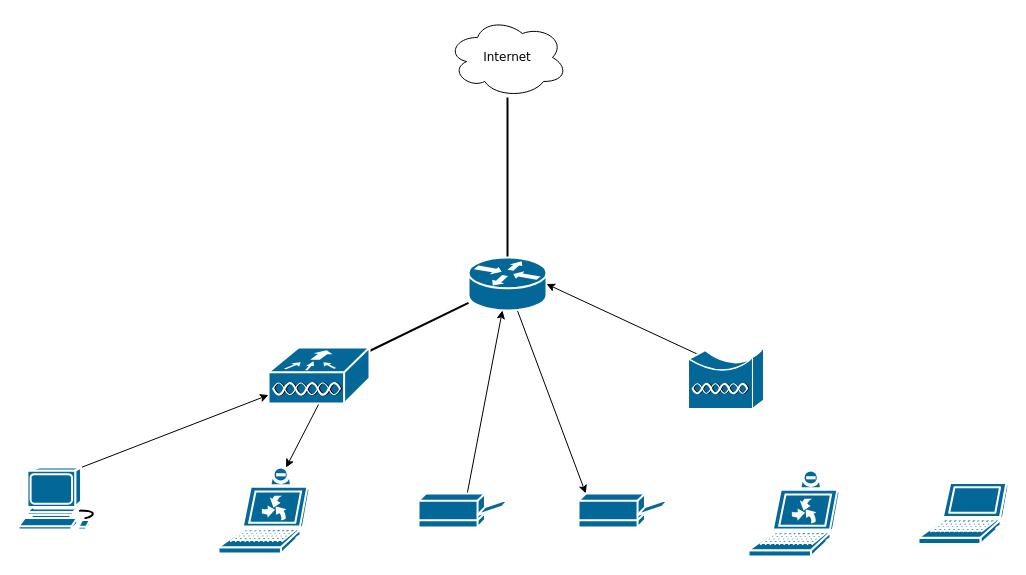
Earlier version of the draw.io diagram Untitled Diagram.drawio (anber137/bash_1). Source tidied: cells renumbered, new cells numbered last; positions are measured from the earlier drawing's top-left corner, leaving out a move shared by most shapes. Both pictures are drawn from the tidied source at 100%, with x=0, y=0 at pixel (18, 17).
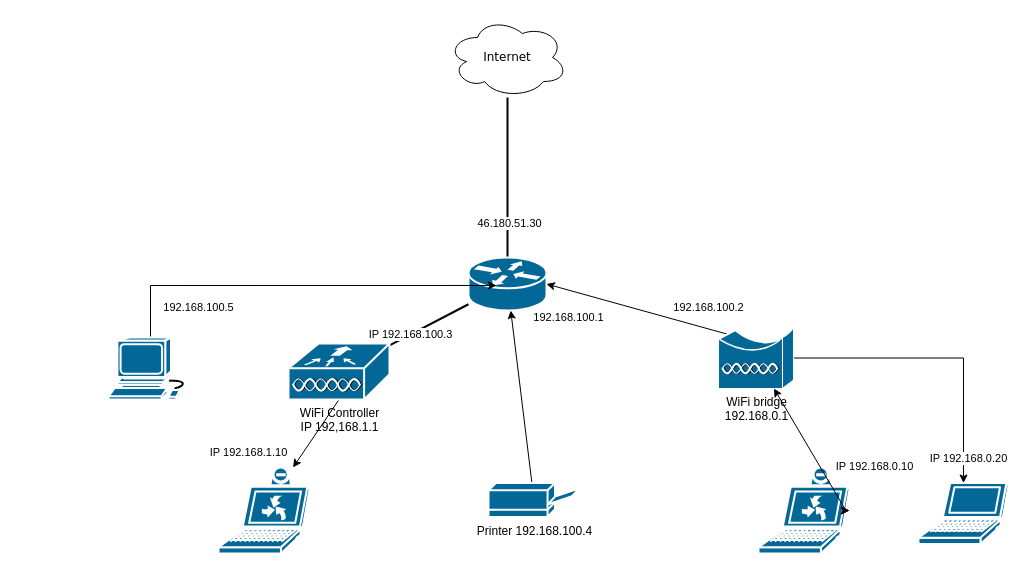
The same page after the edit.

The change refers to these unchanged cells:
```xml
<mxCell id="2" style="edgeStyle=none;html=1;labelBackgroundColor=none;startFill=0;endArrow=none;endFill=0;strokeWidth=2;fontFamily=Verdana;fontSize=12;" parent="1" edge="1" source="10" target="6">
  <mxGeometry relative="1" as="geometry" />
</mxCell>
<mxCell id="4" style="edgeStyle=none;html=1;labelBackgroundColor=none;startFill=0;endArrow=none;endFill=0;strokeWidth=2;fontFamily=Verdana;fontSize=12;" parent="1" edge="1" source="6" target="3">
  <mxGeometry relative="1" as="geometry" />
</mxCell>
<mxCell id="6" style="shape=mxgraph.cisco.routers.router;html=1;dashed=0;fillColor=#036897;strokeColor=#ffffff;strokeWidth=2;verticalLabelPosition=bottom;verticalAlign=top;rounded=0;shadow=0;comic=0;fontFamily=Verdana;fontSize=12;" parent="1" vertex="1">
  <mxGeometry x="450" y="240" width="78" height="53" as="geometry" />
</mxCell>
<mxCell id="13" style="shape=mxgraph.cisco.computers_and_peripherals.upc;sketch=0;html=1;dashed=0;fillColor=#036897;strokeColor=#ffffff;strokeWidth=2;verticalLabelPosition=bottom;verticalAlign=top;align=center;outlineConnect=0;" parent="1" vertex="1">
  <mxGeometry x="200" y="450" width="91" height="86" as="geometry" />
</mxCell>
<mxCell id="18" style="shape=mxgraph.cisco.computers_and_peripherals.laptop;sketch=0;html=1;dashed=0;fillColor=#036897;strokeColor=#ffffff;strokeWidth=2;verticalLabelPosition=bottom;verticalAlign=top;align=center;outlineConnect=0;" parent="1" vertex="1">
  <mxGeometry x="900" y="465.5" width="90" height="61" as="geometry" />
</mxCell>
```

The edit, as a diff of the source:
```diff
@@
+    <mxCell id="19" value="IP 192.168.100.3" style="edgeLabel;html=1;align=center;verticalAlign=middle;" parent="2" vertex="1">
+      <mxGeometry x="-0.48" y="1" relative="1" as="geometry">
+        <mxPoint x="1" as="offset" />
+      </mxGeometry>
+    </mxCell>
@@
-    <mxCell id="5" style="edgeStyle=none;rounded=0;jettySize=auto;html=1;entryX=0.08;entryY=0;entryDx=0;entryDy=0;entryPerimeter=0;" parent="1" edge="1" source="6" target="16">
-      <mxGeometry relative="1" as="geometry" />
-    </mxCell>
+    <mxCell id="20" value="46.180.51.30" style="edgeLabel;html=1;align=center;verticalAlign=middle;" parent="4" vertex="1">
+      <mxGeometry x="-0.56" y="-1" relative="1" as="geometry" />
+    </mxCell>
@@
-    <mxCell id="7" style="rounded=0;jettySize=auto;html=1;exitX=0.12;exitY=0.11;exitDx=0;exitDy=0;exitPerimeter=0;entryX=1;entryY=0.5;entryDx=0;entryDy=0;entryPerimeter=0;" parent="1" edge="1" source="8" target="6">
-      <mxGeometry relative="1" as="geometry" />
+    <mxCell id="7" value="192.168.100.2" style="rounded=0;jettySize=auto;html=1;exitX=0.12;exitY=0.11;exitDx=0;exitDy=0;exitPerimeter=0;entryX=1;entryY=0.5;entryDx=0;entryDy=0;entryPerimeter=0;" parent="1" edge="1" source="8" target="6">
+      <mxGeometry x="-0.73" y="-21" relative="1" as="geometry">
+        <mxPoint x="-1" as="offset" />
+      </mxGeometry>
     </mxCell>
+    <mxCell id="21" value="192.168.100.1" style="edgeLabel;html=1;align=center;verticalAlign=middle;" parent="7" vertex="1">
+      <mxGeometry x="0.59" y="1" relative="1" as="geometry">
+        <mxPoint x="-16" y="22" as="offset" />
+      </mxGeometry>
+    </mxCell>
+    <mxCell id="22" value="&lt;div&gt;IP 192.168.0.20&lt;/div&gt;" style="edgeStyle=orthogonalEdgeStyle;rounded=0;jettySize=auto;html=1;" parent="1" edge="1" source="8" target="18">
+      <mxGeometry x="0.83" y="5" relative="1" as="geometry" />
+    </mxCell>
-    <mxCell id="8" style="shape=mxgraph.cisco.wireless.wireless_bridge;sketch=0;html=1;dashed=0;fillColor=#036897;strokeColor=#ffffff;strokeWidth=2;verticalLabelPosition=bottom;verticalAlign=top;align=center;outlineConnect=0;" parent="1" vertex="1">
-      <mxGeometry x="670" y="330" width="75" height="61" as="geometry" />
+    <mxCell id="8" value="&lt;div&gt;WiFi bridge&lt;br&gt;&lt;/div&gt;&lt;div&gt;192.168.0.1&lt;/div&gt;" style="shape=mxgraph.cisco.wireless.wireless_bridge;sketch=0;html=1;dashed=0;fillColor=#036897;strokeColor=#ffffff;strokeWidth=2;verticalLabelPosition=bottom;verticalAlign=top;align=center;outlineConnect=0;" parent="1" vertex="1">
+      <mxGeometry x="700" y="310" width="75" height="61" as="geometry" />
     </mxCell>
-    <mxCell id="9" style="edgeStyle=none;rounded=0;jettySize=auto;html=1;exitX=0.5;exitY=1;exitDx=0;exitDy=0;exitPerimeter=0;" parent="1" edge="1" source="10" target="13">
-      <mxGeometry relative="1" as="geometry" />
+    <mxCell id="9" value="IP 192.168.1.10" style="edgeStyle=none;rounded=0;jettySize=auto;html=1;exitX=0.5;exitY=1;exitDx=0;exitDy=0;exitPerimeter=0;" parent="1" edge="1" source="10" target="13">
+      <mxGeometry x="1" y="-49" relative="1" as="geometry">
+        <mxPoint x="-4" y="12" as="offset" />
+      </mxGeometry>
     </mxCell>
-    <mxCell id="10" style="shape=mxgraph.cisco.wireless.wlan_controller;sketch=0;html=1;dashed=0;fillColor=#036897;strokeColor=#ffffff;strokeWidth=2;verticalLabelPosition=bottom;verticalAlign=top;align=center;outlineConnect=0;" parent="1" vertex="1">
-      <mxGeometry x="250" y="330" width="101" height="56" as="geometry" />
+    <mxCell id="10" value="&lt;div&gt;WiFi Controller&lt;br&gt;&lt;/div&gt;&lt;div&gt;IP 192,168.1.1&lt;/div&gt;" style="shape=mxgraph.cisco.wireless.wlan_controller;sketch=0;html=1;dashed=0;fillColor=#036897;strokeColor=#ffffff;strokeWidth=2;verticalLabelPosition=bottom;verticalAlign=top;align=center;outlineConnect=0;" parent="1" vertex="1">
+      <mxGeometry x="270" y="326" width="101" height="56" as="geometry" />
     </mxCell>
-    <mxCell id="11" style="edgeStyle=none;rounded=0;jettySize=auto;html=1;exitX=0.755;exitY=0;exitDx=0;exitDy=0;exitPerimeter=0;" parent="1" edge="1" source="12" target="10">
-      <mxGeometry relative="1" as="geometry" />
+    <mxCell id="11" value="192.168.100.5" style="edgeStyle=orthogonalEdgeStyle;rounded=0;jettySize=auto;html=1;exitX=0.755;exitY=0;exitDx=0;exitDy=0;exitPerimeter=0;entryX=0.359;entryY=0.528;entryDx=0;entryDy=0;entryPerimeter=0;" parent="1" edge="1" source="12" target="6">
+      <mxGeometry x="-0.42" y="-22" relative="1" as="geometry">
+        <Array as="points">
+          <mxPoint x="132" y="320" />
+          <mxPoint x="132" y="268" />
+        </Array>
+      </mxGeometry>
     </mxCell>
     <mxCell id="12" style="shape=mxgraph.cisco.computers_and_peripherals.workstation;sketch=0;html=1;dashed=0;fillColor=#036897;strokeColor=#ffffff;strokeWidth=2;verticalLabelPosition=bottom;verticalAlign=top;align=center;outlineConnect=0;" parent="1" vertex="1">
-      <mxGeometry y="450" width="83" height="62" as="geometry" />
+      <mxGeometry x="90" y="320" width="83" height="62" as="geometry" />
     </mxCell>
@@
-    <mxCell id="15" style="shape=mxgraph.cisco.computers_and_peripherals.printer;sketch=0;html=1;dashed=0;fillColor=#036897;strokeColor=#ffffff;strokeWidth=2;verticalLabelPosition=bottom;verticalAlign=top;align=center;outlineConnect=0;" parent="1" vertex="1">
-      <mxGeometry x="400" y="476" width="91" height="34" as="geometry" />
+    <mxCell id="15" value="Printer 192.168.100.4" style="shape=mxgraph.cisco.computers_and_peripherals.printer;sketch=0;html=1;dashed=0;fillColor=#036897;strokeColor=#ffffff;strokeWidth=2;verticalLabelPosition=bottom;verticalAlign=top;align=center;outlineConnect=0;" parent="1" vertex="1">
+      <mxGeometry x="470" y="465.5" width="91" height="34" as="geometry" />
     </mxCell>
-    <mxCell id="16" style="shape=mxgraph.cisco.computers_and_peripherals.printer;sketch=0;html=1;dashed=0;fillColor=#036897;strokeColor=#ffffff;strokeWidth=2;verticalLabelPosition=bottom;verticalAlign=top;align=center;outlineConnect=0;" parent="1" vertex="1">
-      <mxGeometry x="560" y="476" width="91" height="34" as="geometry" />
-    </mxCell>
     <mxCell id="17" style="shape=mxgraph.cisco.computers_and_peripherals.upc;sketch=0;html=1;dashed=0;fillColor=#036897;strokeColor=#ffffff;strokeWidth=2;verticalLabelPosition=bottom;verticalAlign=top;align=center;outlineConnect=0;" parent="1" vertex="1">
-      <mxGeometry x="730" y="453" width="91" height="86" as="geometry" />
+      <mxGeometry x="740" y="450" width="91" height="86" as="geometry" />
     </mxCell>
@@
+    <mxCell id="23" value="&lt;div&gt;IP 192.168.0.10&lt;/div&gt;" style="rounded=0;jettySize=auto;html=1;exitX=0.96;exitY=0.5;exitDx=0;exitDy=0;exitPerimeter=0;" parent="1" edge="1" source="17" target="8">
+      <mxGeometry x="-0.68" y="-47" relative="1" as="geometry" />
+    </mxCell>
+    <mxCell id="24" style="rounded=0;orthogonalLoop=1;jettySize=auto;html=1;exitX=0.96;exitY=0.5;exitDx=0;exitDy=0;exitPerimeter=0;" parent="1" edge="1" source="17" target="17">
+      <mxGeometry relative="1" as="geometry" />
+    </mxCell>
+    <mxCell id="25" style="edgeStyle=none;rounded=0;orthogonalLoop=1;jettySize=auto;html=1;exitX=0.96;exitY=0.5;exitDx=0;exitDy=0;exitPerimeter=0;" parent="1" edge="1" source="17" target="17">
+      <mxGeometry relative="1" as="geometry" />
+    </mxCell>
```
